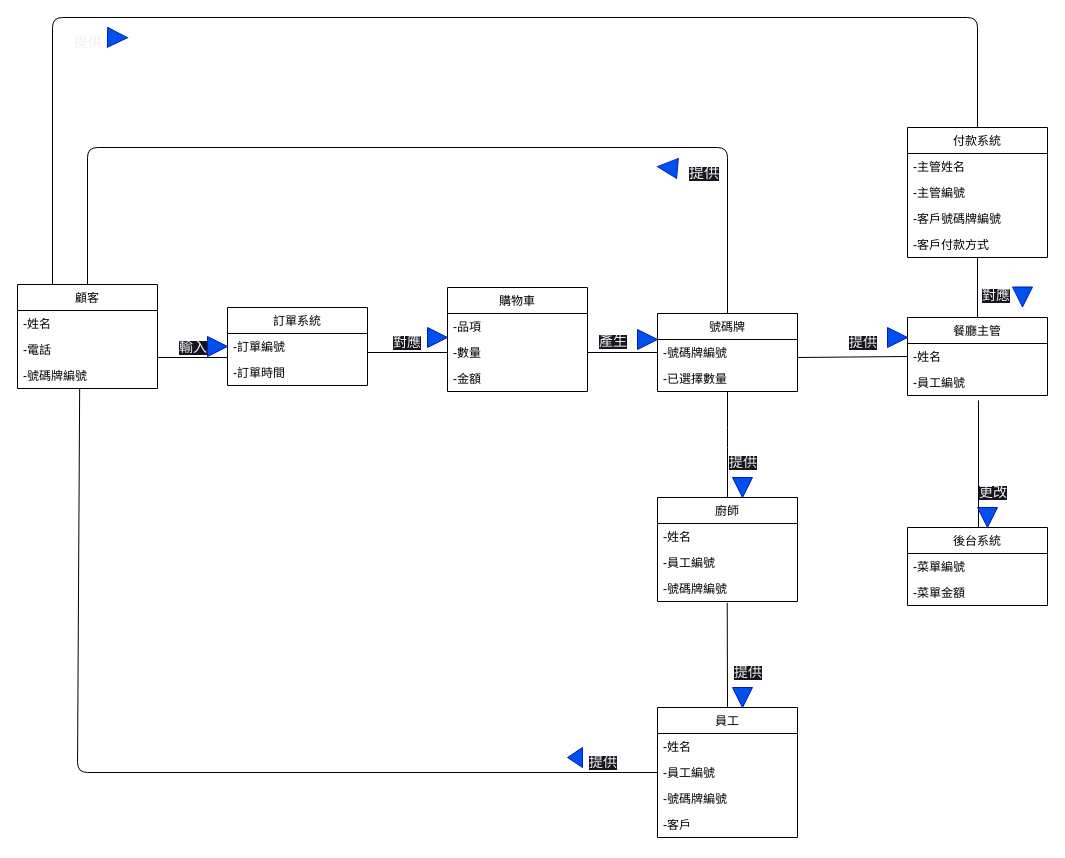
Earlier version of the draw.io diagram page "初步類別圖" (2 of 4) of answer.drawio (der0829/111-2End). Source tidied: cells renumbered, new cells numbered last; positions are measured from the earlier drawing's top-left corner, leaving out a move shared by most shapes. Both pictures are drawn from the tidied source at 100%, with x=0, y=0 at pixel (17, 17).
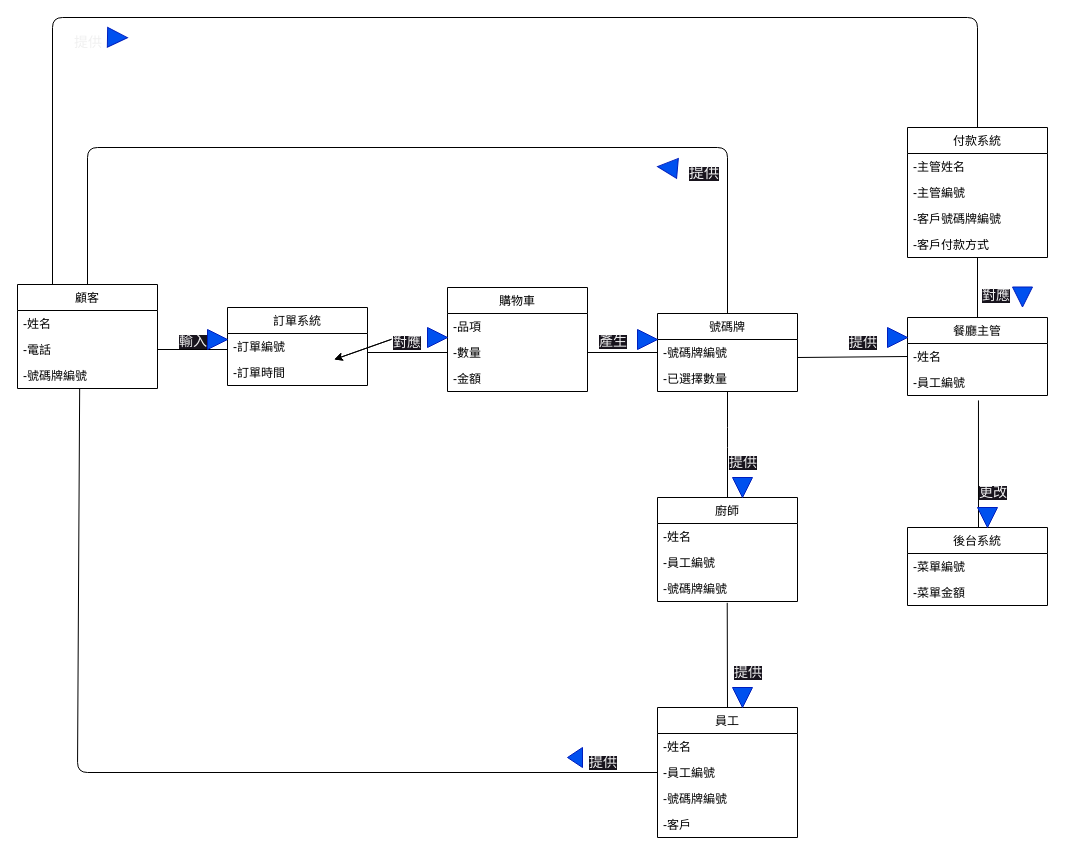
The same page after the edit.

The change refers to these unchanged cells:
```xml
<mxCell id="5" value="-電話" style="text;strokeColor=none;fillColor=none;align=left;verticalAlign=top;spacingLeft=4;spacingRight=4;overflow=hidden;points=[[0,0.5],[1,0.5]];portConstraint=eastwest;" parent="3" vertex="1">
  <mxGeometry y="52" width="140" height="26" as="geometry" />
</mxCell>
<mxCell id="19" value="-訂單編號" style="text;strokeColor=none;fillColor=none;align=left;verticalAlign=top;spacingLeft=4;spacingRight=4;overflow=hidden;points=[[0,0.5],[1,0.5]];portConstraint=eastwest;" parent="18" vertex="1">
  <mxGeometry y="26" width="140" height="26" as="geometry" />
</mxCell>
<mxCell id="20" value="-訂單時間" style="text;strokeColor=none;fillColor=none;align=left;verticalAlign=top;spacingLeft=4;spacingRight=4;overflow=hidden;points=[[0,0.5],[1,0.5]];portConstraint=eastwest;" parent="18" vertex="1">
  <mxGeometry y="52" width="140" height="26" as="geometry" />
</mxCell>
<mxCell id="23" value="&lt;span style=&quot;color: rgb(240, 240, 240); font-family: Helvetica; font-style: normal; font-variant-ligatures: normal; font-variant-caps: normal; font-weight: 400; letter-spacing: normal; orphans: 2; text-align: center; text-indent: 0px; text-transform: none; widows: 2; word-spacing: 0px; -webkit-text-stroke-width: 0px; background-color: rgb(24, 20, 29); text-decoration-thickness: initial; text-decoration-style: initial; text-decoration-color: initial; float: none; display: inline !important;&quot;&gt;&lt;font style=&quot;font-size: 14px;&quot;&gt;對應&lt;/font&gt;&lt;/span&gt;" style="text;whiteSpace=wrap;html=1;" parent="1" vertex="1">
  <mxGeometry x="374" y="310" width="30" height="13" as="geometry" />
</mxCell>
```

Change to the diagram source:
```diff
@@
-    <mxCell id="21" style="edgeStyle=none;html=1;endArrow=none;endFill=0;entryX=0;entryY=0.923;entryDx=0;entryDy=0;entryPerimeter=0;" parent="1" edge="1" target="19">
+    <mxCell id="21" style="edgeStyle=none;html=1;endArrow=none;endFill=0;exitX=1;exitY=0.5;exitDx=0;exitDy=0;" parent="1" edge="1" source="5">
       <mxGeometry relative="1" as="geometry">
-        <mxPoint x="140" y="340" as="sourcePoint" />
+        <mxPoint x="210" y="332" as="targetPoint" />
       </mxGeometry>
     </mxCell>
@@
+    <mxCell id="69" style="edgeStyle=none;html=1;" parent="1" edge="1" source="23" target="20">
+      <mxGeometry relative="1" as="geometry" />
+    </mxCell>
+    <mxCell id="70" style="edgeStyle=none;html=1;" parent="1" edge="1" source="23" target="20">
+      <mxGeometry relative="1" as="geometry" />
+    </mxCell>
@@
     <mxCell id="24" style="triangle;whiteSpace=wrap;html=1;fillColor=#0050ef;fontColor=#ffffff;strokeColor=#001DBC;" parent="1" vertex="1">
-      <mxGeometry x="190" y="319" width="20" height="20" as="geometry" />
+      <mxGeometry x="190" y="312" width="20" height="20" as="geometry" />
     </mxCell>
@@
     <mxCell id="68" value="&lt;span style=&quot;color: rgb(240, 240, 240); font-family: Helvetica; font-style: normal; font-variant-ligatures: normal; font-variant-caps: normal; font-weight: 400; letter-spacing: normal; orphans: 2; text-align: center; text-indent: 0px; text-transform: none; widows: 2; word-spacing: 0px; -webkit-text-stroke-width: 0px; background-color: rgb(24, 20, 29); text-decoration-thickness: initial; text-decoration-style: initial; text-decoration-color: initial; float: none; display: inline !important;&quot;&gt;&lt;font style=&quot;font-size: 14px;&quot;&gt;輸入&lt;/font&gt;&lt;/span&gt;" style="text;whiteSpace=wrap;html=1;" parent="1" vertex="1">
-      <mxGeometry x="160" y="315" width="30" height="14" as="geometry" />
+      <mxGeometry x="160" y="309" width="30" height="21" as="geometry" />
     </mxCell>
```
